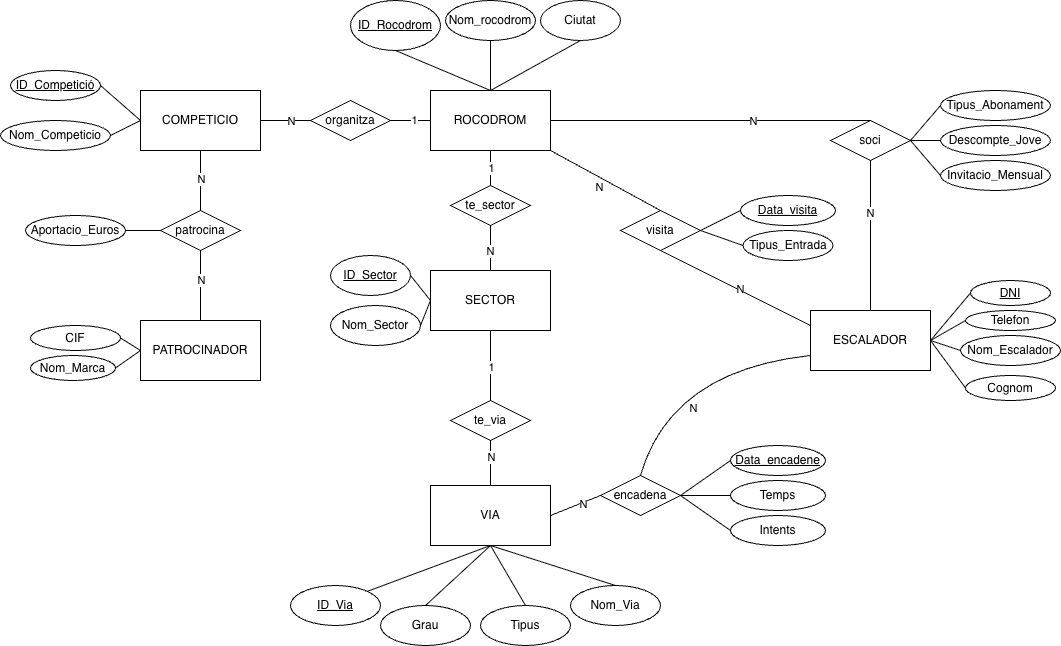
huangjuehe/basesdedatos keeps this draw.io diagram as diagrama.png. Above is the earlier version. Source tidied: cells renumbered, new cells last; positions are measured from the earlier drawing's top-left corner, leaving out a move shared by most shapes.
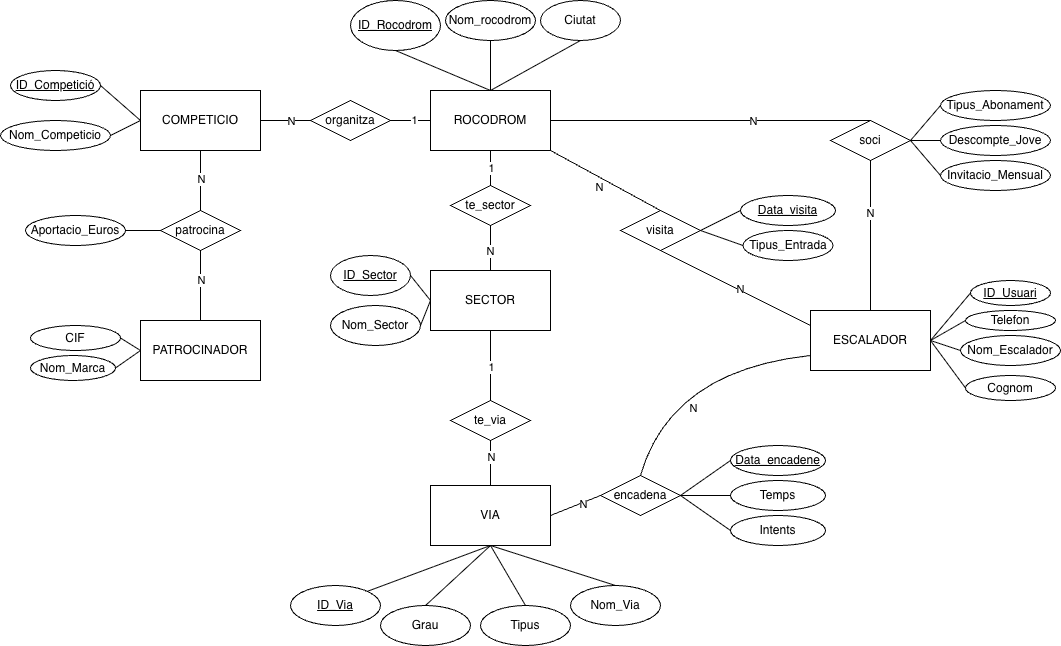
The same diagram one commit later.

Diff of the diagram source:
```diff
@@ -50,7 +50,7 @@
     <mxCell id="17" value="&lt;u&gt;ID_Competició&lt;/u&gt;" style="ellipse;whiteSpace=wrap;html=1;" parent="1" vertex="1">
       <mxGeometry x="10" y="70" width="90" height="30" as="geometry" />
     </mxCell>
-    <mxCell id="18" value="&lt;u&gt;DNI&lt;/u&gt;" style="ellipse;whiteSpace=wrap;html=1;" parent="1" vertex="1">
+    <mxCell id="18" value="&lt;u&gt;ID_Usuari&lt;/u&gt;" style="ellipse;whiteSpace=wrap;html=1;" parent="1" vertex="1">
       <mxGeometry x="970" y="280" width="80" height="25" as="geometry" />
     </mxCell>
     <mxCell id="19" value="Telefon" style="ellipse;whiteSpace=wrap;html=1;" parent="1" vertex="1">
```
